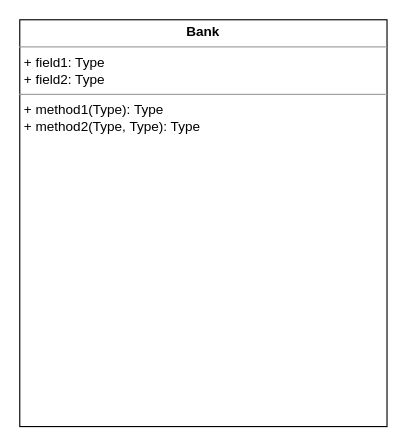
Before: references/uml/Bank.drawio in NReedel/Monopoly, a draw.io diagram. Source tidied: cells renumbered, new cells numbered last; positions are measured from the earlier drawing's top-left corner, leaving out a move shared by most shapes. Both pictures are drawn from the tidied source at 113%, with x=0, y=0 at pixel (19, 19).
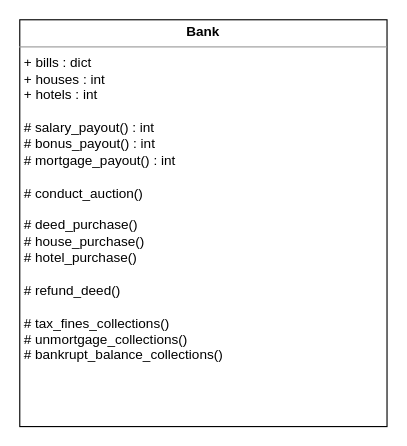
Above is the later version.

The edit, as a diff of the source:
```diff
@@
 <mxGraphModel>
   <root>
     <mxCell id="0" />
     <mxCell id="1" parent="0" />
-    <mxCell id="2" value="&lt;p style=&quot;margin:0px;margin-top:4px;text-align:center;&quot;&gt;&lt;b&gt;Bank&lt;/b&gt;&lt;/p&gt;&lt;hr size=&quot;1&quot;&gt;&lt;p style=&quot;margin:0px;margin-left:4px;&quot;&gt;+ field1: Type&lt;br&gt;+ field2: Type&lt;/p&gt;&lt;hr size=&quot;1&quot;&gt;&lt;p style=&quot;margin:0px;margin-left:4px;&quot;&gt;+ method1(Type): Type&lt;br&gt;+ method2(Type, Type): Type&lt;/p&gt;" style="verticalAlign=top;align=left;overflow=fill;fontSize=12;fontFamily=Helvetica;html=1;whiteSpace=wrap;" parent="1" vertex="1">
+    <mxCell id="2" value="&lt;p style=&quot;margin:0px;margin-top:4px;text-align:center;&quot;&gt;&lt;b&gt;Bank&lt;/b&gt;&lt;/p&gt;&lt;hr size=&quot;1&quot;&gt;&lt;p style=&quot;margin:0px;margin-left:4px;&quot;&gt;+ bills : dict&lt;/p&gt;&lt;p style=&quot;margin:0px;margin-left:4px;&quot;&gt;+ houses : int&lt;/p&gt;&lt;p style=&quot;margin:0px;margin-left:4px;&quot;&gt;+ hotels : int&lt;/p&gt;&lt;p style=&quot;margin:0px;margin-left:4px;&quot;&gt;&lt;br&gt;&lt;/p&gt;&lt;p style=&quot;margin:0px;margin-left:4px;&quot;&gt;# salary_payout() : int&lt;/p&gt;&lt;p style=&quot;margin:0px;margin-left:4px;&quot;&gt;# bonus_payout() : int&lt;/p&gt;&lt;p style=&quot;margin:0px;margin-left:4px;&quot;&gt;# mortgage_payout() : int&lt;/p&gt;&lt;p style=&quot;margin:0px;margin-left:4px;&quot;&gt;&lt;br&gt;&lt;/p&gt;&lt;p style=&quot;margin:0px;margin-left:4px;&quot;&gt;# conduct_auction()&lt;/p&gt;&lt;p style=&quot;margin:0px;margin-left:4px;&quot;&gt;&lt;br&gt;&lt;/p&gt;&lt;p style=&quot;margin:0px;margin-left:4px;&quot;&gt;# deed_purchase()&lt;/p&gt;&lt;p style=&quot;margin:0px;margin-left:4px;&quot;&gt;# house_purchase()&lt;/p&gt;&lt;p style=&quot;margin:0px;margin-left:4px;&quot;&gt;# hotel_purchase()&lt;/p&gt;&lt;p style=&quot;margin:0px;margin-left:4px;&quot;&gt;&lt;span style=&quot;background-color: initial;&quot;&gt;&amp;nbsp;&lt;/span&gt;&lt;/p&gt;&lt;p style=&quot;margin:0px;margin-left:4px;&quot;&gt;&lt;span style=&quot;background-color: initial;&quot;&gt;# refund_deed()&lt;/span&gt;&lt;br&gt;&lt;/p&gt;&lt;p style=&quot;margin:0px;margin-left:4px;&quot;&gt;&lt;span style=&quot;background-color: initial;&quot;&gt;&lt;br&gt;&lt;/span&gt;&lt;/p&gt;&lt;p style=&quot;margin:0px;margin-left:4px;&quot;&gt;&lt;span style=&quot;background-color: initial;&quot;&gt;# tax_fines_collections()&lt;/span&gt;&lt;br&gt;&lt;/p&gt;&lt;p style=&quot;margin:0px;margin-left:4px;&quot;&gt;# unmortgage_collections()&lt;/p&gt;&lt;p style=&quot;margin:0px;margin-left:4px;&quot;&gt;# bankrupt_balance_collections()&lt;/p&gt;" style="verticalAlign=top;align=left;overflow=fill;fontSize=12;fontFamily=Helvetica;html=1;whiteSpace=wrap;" parent="1" vertex="1">
       <mxGeometry width="325" height="360" as="geometry" />
     </mxCell>
   </root>
 </mxGraphModel>
```
